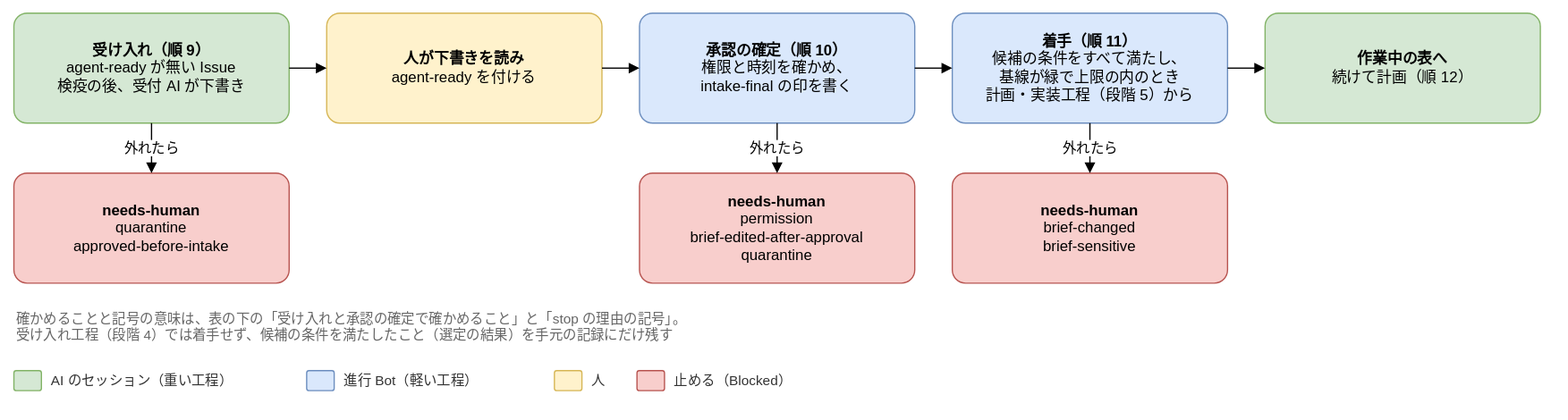
Earlier version of the draw.io export docs/design/basic/diagrams/02-next-step-before-start.drawio.svg (Joymerrevent/dev-autopilot). Source tidied: cells renumbered, new cells last; positions are measured from the earlier drawing's top-left corner, leaving out a move shared by most shapes.
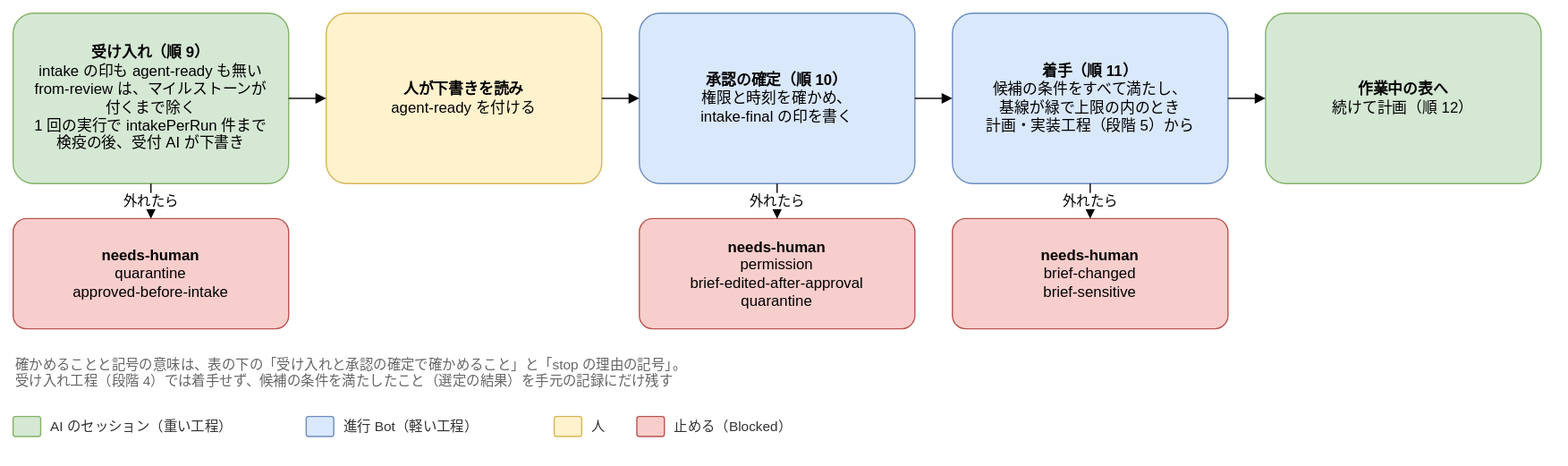
Above is the later version.

Diff of the diagram source:
```diff
@@ -2,29 +2,29 @@
   <root>
     <mxCell id="0" />
     <mxCell id="1" parent="0" />
-    <mxCell id="2" value="&lt;b&gt;受け入れ（順 9）&lt;/b&gt;&lt;br&gt;agent-ready が無い Issue&lt;br&gt;検疫の後、受付 AI が下書き" style="rounded=1;whiteSpace=wrap;html=1;fontSize=12;arcSize=12;spacing=12;fillColor=#d5e8d4;strokeColor=#82b366;" parent="1" vertex="1">
-      <mxGeometry width="220" height="88" as="geometry" />
+    <mxCell id="2" value="&lt;b&gt;受け入れ（順 9）&lt;/b&gt;&lt;br&gt;intake の印も agent-ready も無い&lt;br&gt;from-review は、マイルストーンが&lt;br&gt;付くまで除く&lt;br&gt;1 回の実行で intakePerRun 件まで&lt;br&gt;検疫の後、受付 AI が下書き" style="rounded=1;whiteSpace=wrap;html=1;fontSize=12;arcSize=12;spacing=12;fillColor=#d5e8d4;strokeColor=#82b366;" parent="1" vertex="1">
+      <mxGeometry y="-36" width="220" height="136" as="geometry" />
     </mxCell>
     <mxCell id="3" value="&lt;b&gt;人が下書きを読み&lt;/b&gt;&lt;br&gt;agent-ready を付ける" style="rounded=1;whiteSpace=wrap;html=1;fontSize=12;arcSize=12;spacing=12;fillColor=#fff2cc;strokeColor=#d6b656;" parent="1" vertex="1">
-      <mxGeometry x="250" width="220" height="88" as="geometry" />
+      <mxGeometry x="250" y="-36" width="220" height="136" as="geometry" />
     </mxCell>
     <mxCell id="4" style="edgeStyle=orthogonalEdgeStyle;rounded=1;html=1;endArrow=block;endFill=1;fontSize=11;labelBackgroundColor=#ffffff;exitX=1;exitY=0.5;exitDx=0;exitDy=0;entryX=0;entryY=0.5;entryDx=0;entryDy=0;" parent="1" edge="1" source="2" target="3">
       <mxGeometry relative="1" as="geometry" />
     </mxCell>
     <mxCell id="5" value="&lt;b&gt;承認の確定（順 10）&lt;/b&gt;&lt;br&gt;権限と時刻を確かめ、&lt;br&gt;intake-final の印を書く" style="rounded=1;whiteSpace=wrap;html=1;fontSize=12;arcSize=12;spacing=12;fillColor=#dae8fc;strokeColor=#6c8ebf;" parent="1" vertex="1">
-      <mxGeometry x="500" width="220" height="88" as="geometry" />
+      <mxGeometry x="500" y="-36" width="220" height="136" as="geometry" />
     </mxCell>
     <mxCell id="6" style="edgeStyle=orthogonalEdgeStyle;rounded=1;html=1;endArrow=block;endFill=1;fontSize=11;labelBackgroundColor=#ffffff;exitX=1;exitY=0.5;exitDx=0;exitDy=0;entryX=0;entryY=0.5;entryDx=0;entryDy=0;" parent="1" edge="1" source="3" target="5">
       <mxGeometry relative="1" as="geometry" />
     </mxCell>
     <mxCell id="7" value="&lt;b&gt;着手（順 11）&lt;/b&gt;&lt;br&gt;候補の条件をすべて満たし、&lt;br&gt;基線が緑で上限の内のとき&lt;br&gt;計画・実装工程（段階 5）から" style="rounded=1;whiteSpace=wrap;html=1;fontSize=12;arcSize=12;spacing=12;fillColor=#dae8fc;strokeColor=#6c8ebf;" parent="1" vertex="1">
-      <mxGeometry x="750" width="220" height="88" as="geometry" />
+      <mxGeometry x="750" y="-36" width="220" height="136" as="geometry" />
     </mxCell>
     <mxCell id="8" style="edgeStyle=orthogonalEdgeStyle;rounded=1;html=1;endArrow=block;endFill=1;fontSize=11;labelBackgroundColor=#ffffff;exitX=1;exitY=0.5;exitDx=0;exitDy=0;entryX=0;entryY=0.5;entryDx=0;entryDy=0;" parent="1" edge="1" source="5" target="7">
       <mxGeometry relative="1" as="geometry" />
     </mxCell>
     <mxCell id="9" value="&lt;b&gt;作業中の表へ&lt;/b&gt;&lt;br&gt;続けて計画（順 12）" style="rounded=1;whiteSpace=wrap;html=1;fontSize=12;arcSize=12;spacing=12;fillColor=#d5e8d4;strokeColor=#82b366;" parent="1" vertex="1">
-      <mxGeometry x="1000" width="220" height="88" as="geometry" />
+      <mxGeometry x="1000" y="-36" width="220" height="136" as="geometry" />
     </mxCell>
     <mxCell id="10" style="edgeStyle=orthogonalEdgeStyle;rounded=1;html=1;endArrow=block;endFill=1;fontSize=11;labelBackgroundColor=#ffffff;exitX=1;exitY=0.5;exitDx=0;exitDy=0;entryX=0;entryY=0.5;entryDx=0;entryDy=0;" parent="1" edge="1" source="7" target="9">
       <mxGeometry relative="1" as="geometry" />
```
